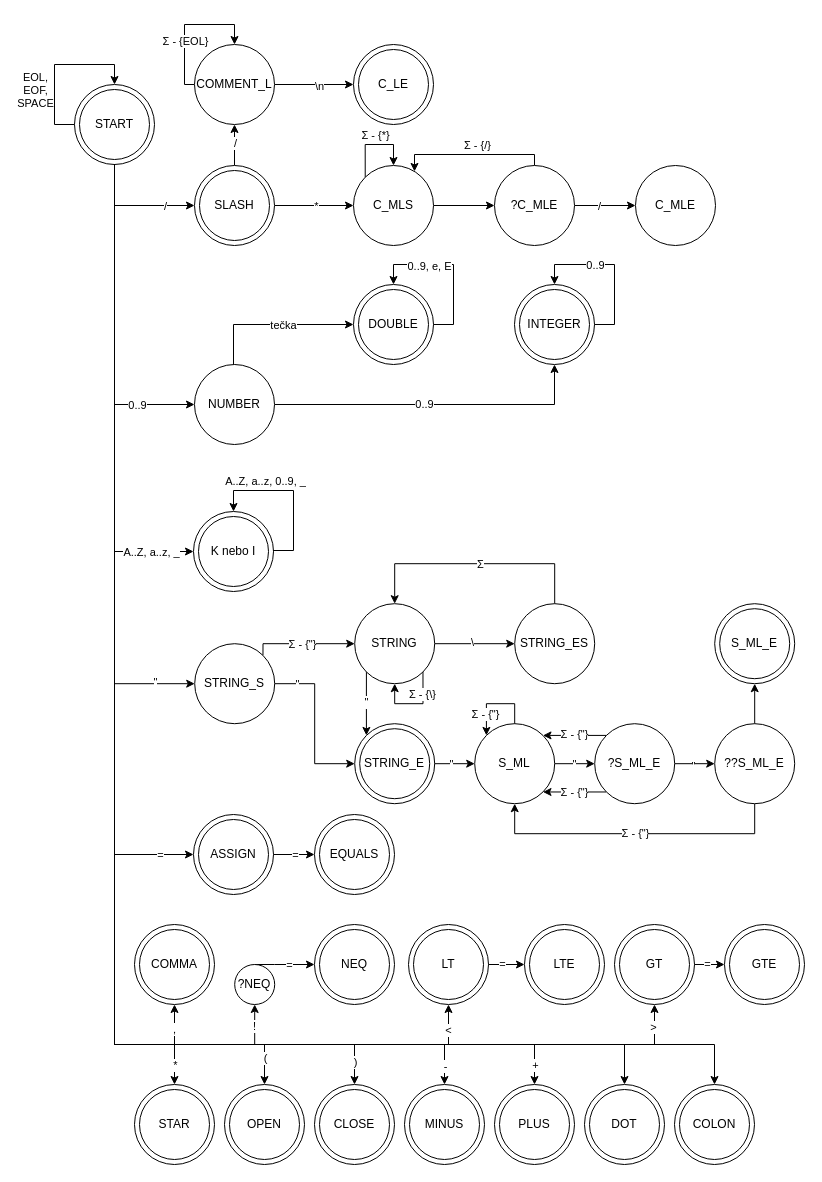
Earlier version of the draw.io diagram doc/other/lexer.drawio (Zero5G/ifj-project). Source tidied: cells renumbered, new cells numbered last; positions are measured from the earlier drawing's top-left corner, leaving out a move shared by most shapes. Both pictures are drawn from the tidied source at 100%, with x=0, y=0 at pixel (54, 24).
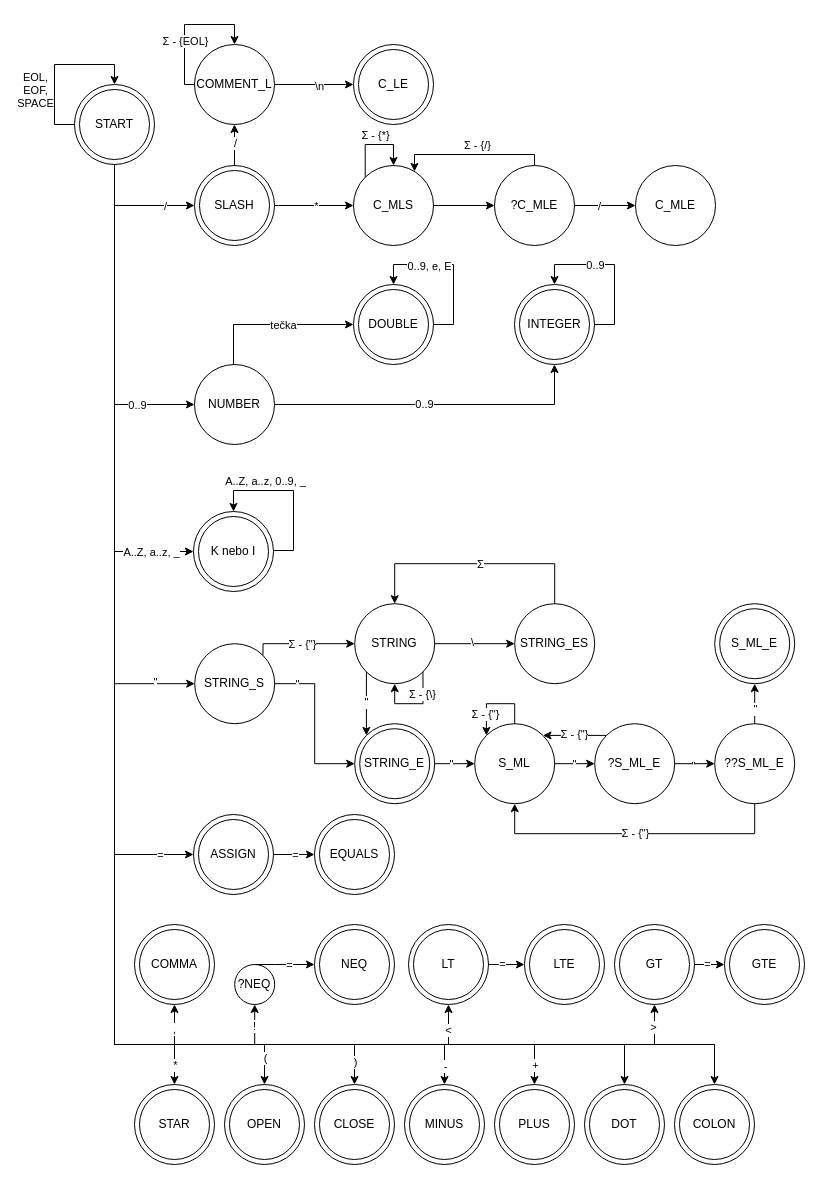
The same page after the edit.

Commit message:
fsm: fix string

The change refers to these unchanged cells:
```xml
<mxCell id="77" value="S_ML" style="ellipse;whiteSpace=wrap;html=1;shapeInside=1;" parent="1" vertex="1">
  <mxGeometry x="420.2" y="699.2" width="80" height="80" as="geometry" />
</mxCell>
<mxCell id="88" value="?S_ML_E" style="ellipse;whiteSpace=wrap;html=1;shapeInside=1;" parent="1" vertex="1">
  <mxGeometry x="540.2" y="699.2" width="80" height="80" as="geometry" />
</mxCell>
<mxCell id="91" style="edgeStyle=orthogonalEdgeStyle;rounded=0;jettySize=auto;html=1;exitX=0.5;exitY=0;exitDx=0;exitDy=0;entryX=0.5;entryY=1;entryDx=0;entryDy=0;" parent="1" edge="1" source="92" target="94">
  <mxGeometry relative="1" as="geometry" />
</mxCell>
```

The edit, as a diff of the source:
```diff
@@
-    <mxCell id="86" style="edgeStyle=orthogonalEdgeStyle;rounded=0;jettySize=auto;html=1;exitX=0;exitY=1;exitDx=0;exitDy=0;entryX=1;entryY=1;entryDx=0;entryDy=0;" parent="1" edge="1" source="88" target="77">
-      <mxGeometry relative="1" as="geometry" />
-    </mxCell>
-    <mxCell id="87" value="Σ - {&quot;}" style="edgeLabel;html=1;align=center;verticalAlign=middle;" parent="86" vertex="1">
-      <mxGeometry x="0.03" relative="1" as="geometry">
-        <mxPoint x="1" as="offset" />
-      </mxGeometry>
-    </mxCell>
@@
+    <mxCell id="175" value="&quot;" style="edgeLabel;html=1;align=center;verticalAlign=middle;" parent="91" vertex="1">
+      <mxGeometry x="-0.25" y="-2" relative="1" as="geometry">
+        <mxPoint x="-2" as="offset" />
+      </mxGeometry>
+    </mxCell>
```
